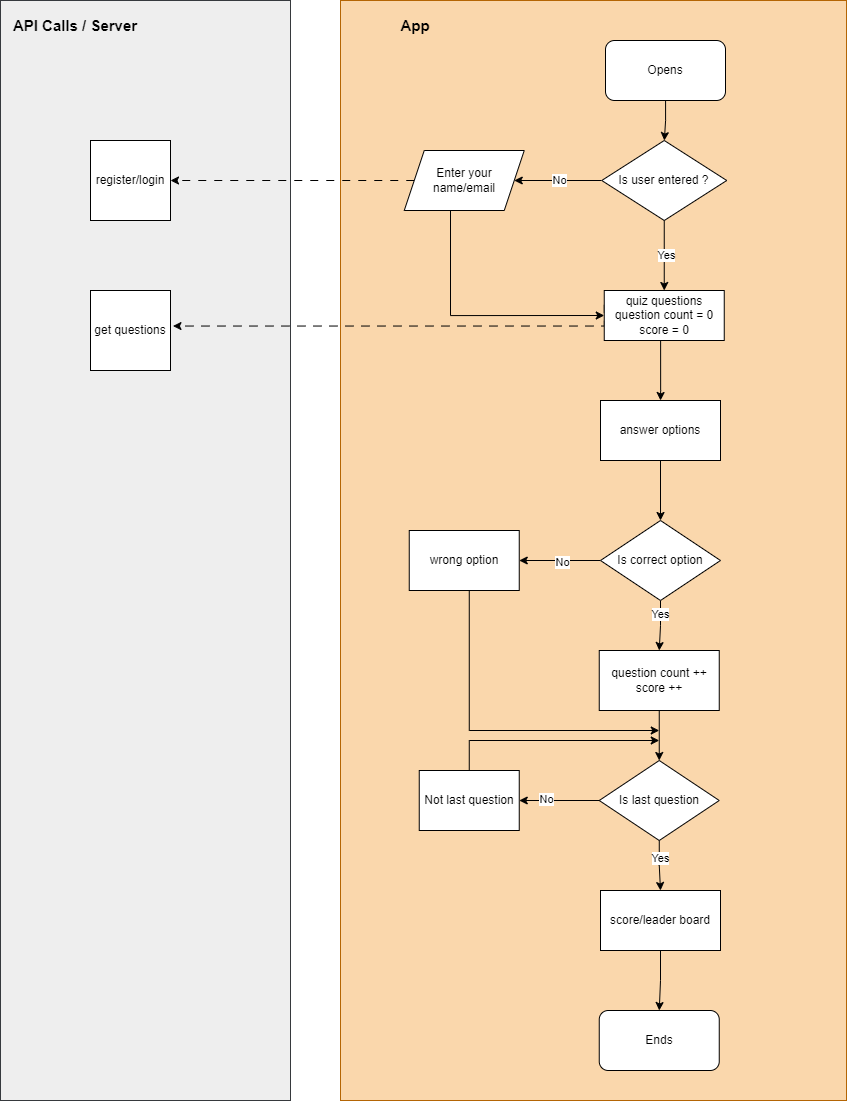
Before: dist/images/quizgameFlow.drawio.png, a diagram exported from draw.io (martinsbuchi2/alx_capstone_project). Source tidied: cells renumbered, new cells last; positions are measured from the earlier drawing's top-left corner, leaving out a move shared by most shapes.
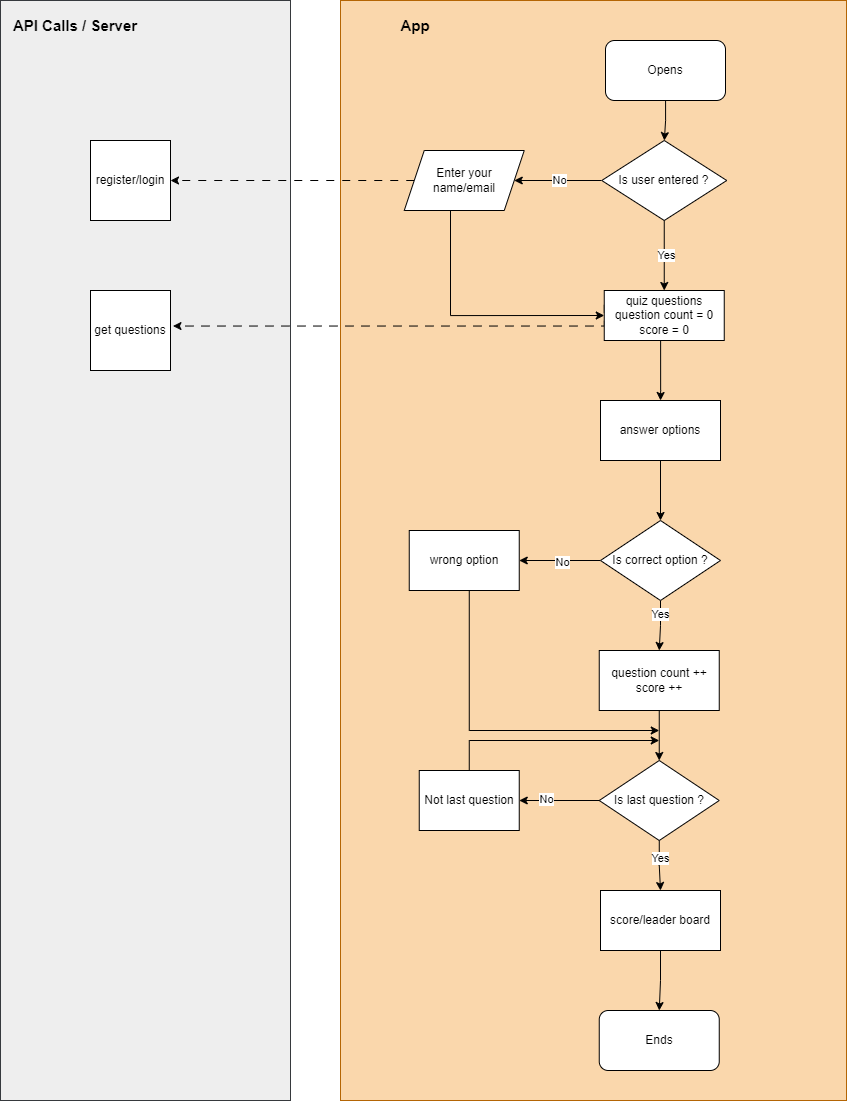
Above is the later version.

Commit message:
Alx capstone project

Change to the diagram source:
```diff
@@ -93,7 +93,7 @@
         <mxPoint y="-1" as="offset" />
       </mxGeometry>
     </mxCell>
-    <mxCell id="24" value="Is correct option" style="rhombus;whiteSpace=wrap;html=1;" parent="1" vertex="1">
+    <mxCell id="24" value="Is correct option ?" style="rhombus;whiteSpace=wrap;html=1;" parent="1" vertex="1">
       <mxGeometry x="600" y="520" width="120" height="80" as="geometry" />
     </mxCell>
     <mxCell id="25" style="edgeStyle=orthogonalEdgeStyle;rounded=0;jettySize=auto;html=1;" parent="1" edge="1" source="26">
@@ -119,7 +119,7 @@
     <mxCell id="30" value="Yes" style="edgeLabel;html=1;align=center;verticalAlign=middle;" parent="29" vertex="1">
       <mxGeometry x="-0.33" relative="1" as="geometry" />
     </mxCell>
-    <mxCell id="31" value="Is last question" style="rhombus;whiteSpace=wrap;html=1;" parent="1" vertex="1">
+    <mxCell id="31" value="Is last question ?" style="rhombus;whiteSpace=wrap;html=1;" parent="1" vertex="1">
       <mxGeometry x="598.8" y="760" width="120" height="80" as="geometry" />
     </mxCell>
     <mxCell id="32" style="edgeStyle=orthogonalEdgeStyle;rounded=0;orthogonalLoop=1;jettySize=auto;html=1;" parent="1" edge="1">
```
